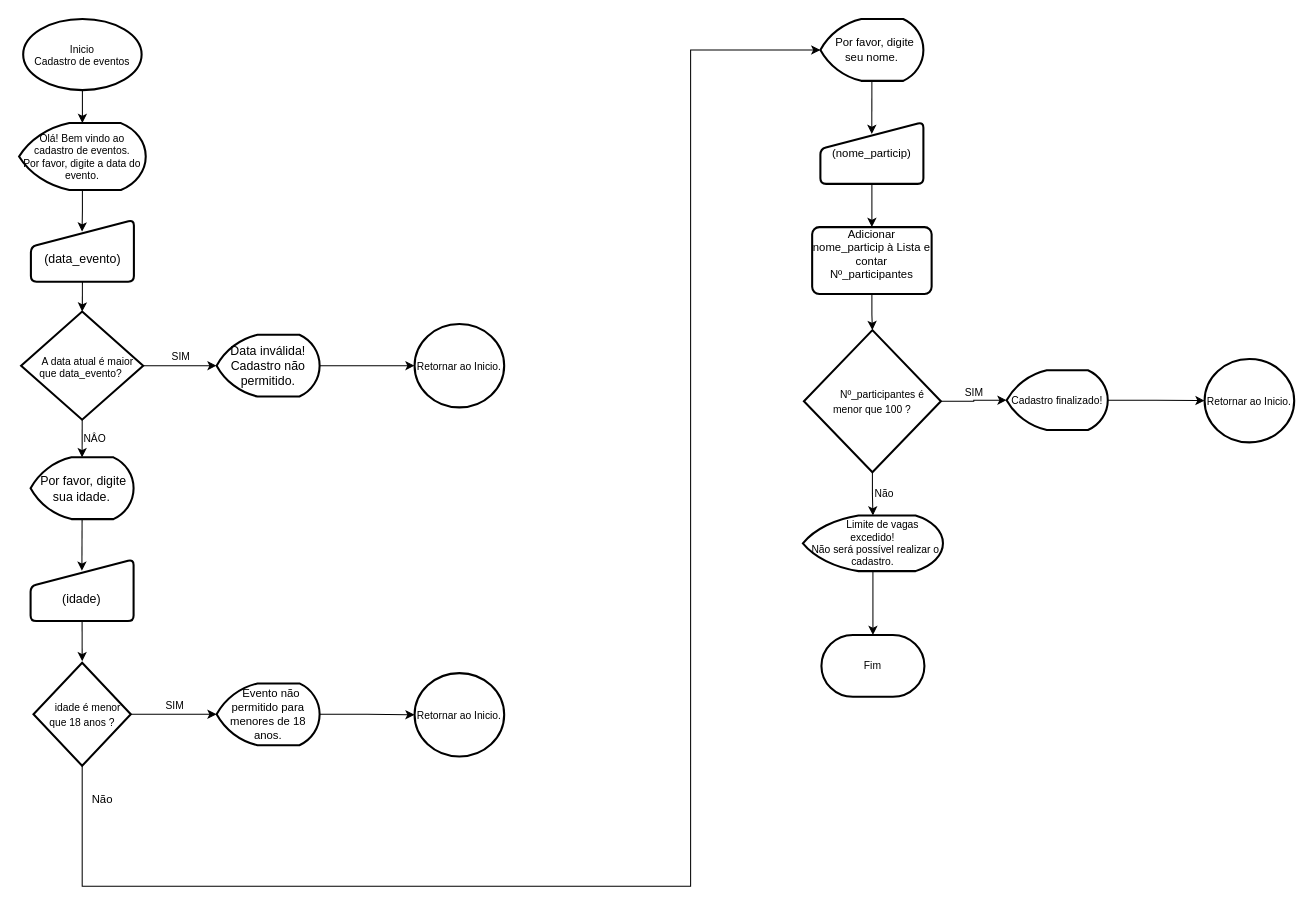
Before: Meu primeiro Fluxograma.drawio in FabioNascimentoOliveira/Cadastro-de-eventos, a draw.io diagram. Source tidied: cells renumbered, new cells numbered last; positions are measured from the earlier drawing's top-left corner, leaving out a move shared by most shapes. Both pictures are drawn from the tidied source at 103%, with x=0, y=0 at pixel (19, 19).
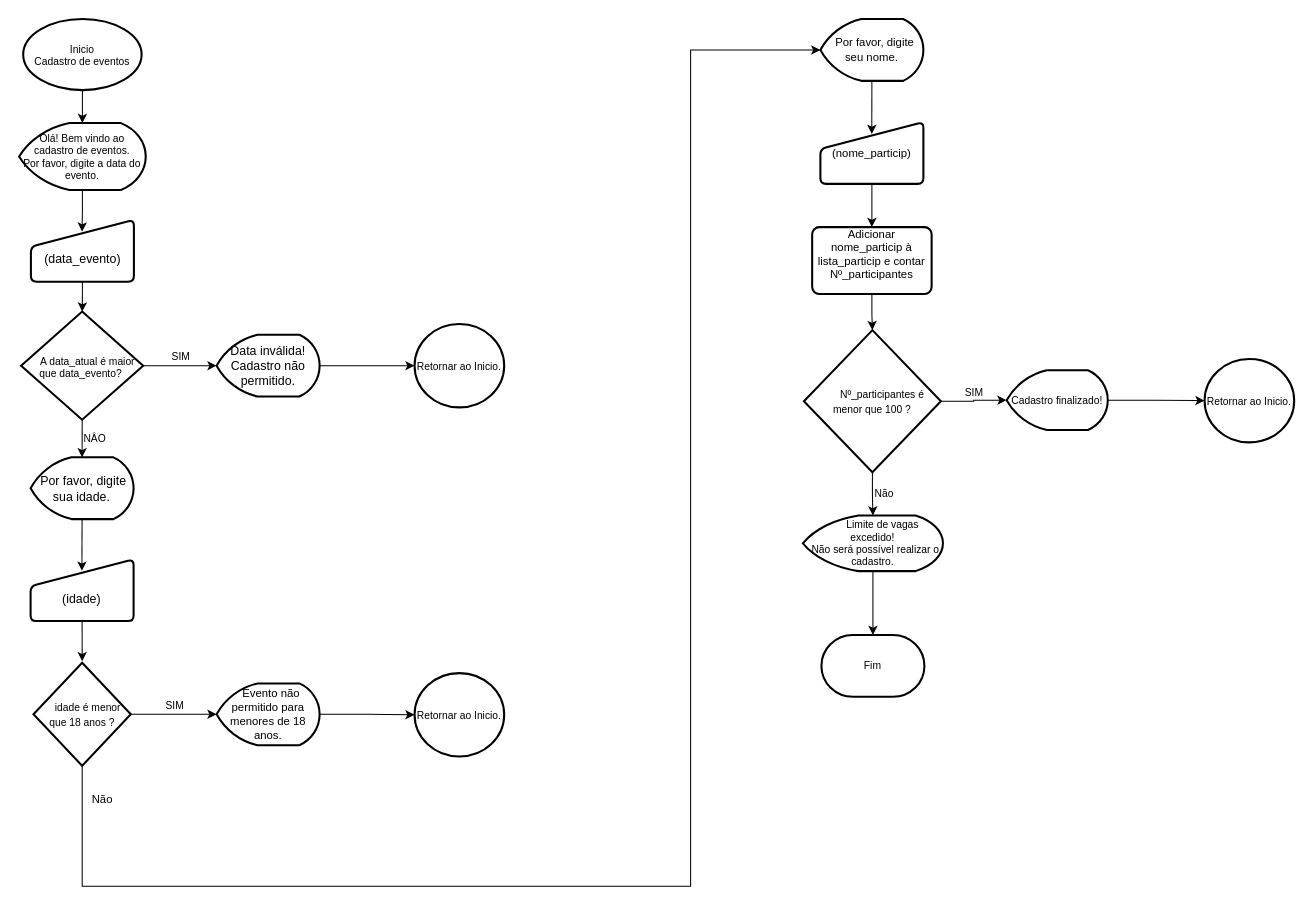
The same page after the edit.

The edit, as a diff of the source:
```diff
@@
-    <mxCell id="10" value="&lt;p style=&quot;line-height: 1&quot;&gt;&lt;font style=&quot;font-size: 10px&quot;&gt;&amp;nbsp; &amp;nbsp; A data atual é maior que data_evento?&amp;nbsp;&lt;/font&gt;&lt;/p&gt;" style="strokeWidth=2;html=1;shape=mxgraph.flowchart.decision;whiteSpace=wrap;" parent="1" vertex="1">
+    <mxCell id="10" value="&lt;p style=&quot;line-height: 1&quot;&gt;&lt;font style=&quot;font-size: 10px&quot;&gt;&amp;nbsp; &amp;nbsp; A data_atual é maior que data_evento?&amp;nbsp;&lt;/font&gt;&lt;/p&gt;" style="strokeWidth=2;html=1;shape=mxgraph.flowchart.decision;whiteSpace=wrap;" parent="1" vertex="1">
       <mxGeometry x="2" y="284" width="118.5" height="105" as="geometry" />
     </mxCell>
@@
-    <mxCell id="27" value="Adicionar nome_particip à Lista e contar Nº_participantes&lt;br&gt;&amp;nbsp;" style="rounded=1;whiteSpace=wrap;html=1;absoluteArcSize=1;arcSize=14;strokeWidth=2;labelBackgroundColor=none;labelBorderColor=none;fontSize=11;fontColor=#000000;fillColor=none;" parent="1" vertex="1">
+    <mxCell id="27" value="Adicionar nome_particip à lista_particip e contar Nº_participantes&lt;br&gt;&amp;nbsp;" style="rounded=1;whiteSpace=wrap;html=1;absoluteArcSize=1;arcSize=14;strokeWidth=2;labelBackgroundColor=none;labelBorderColor=none;fontSize=11;fontColor=#000000;fillColor=none;" parent="1" vertex="1">
       <mxGeometry x="770" y="202" width="116" height="65" as="geometry" />
     </mxCell>
```
